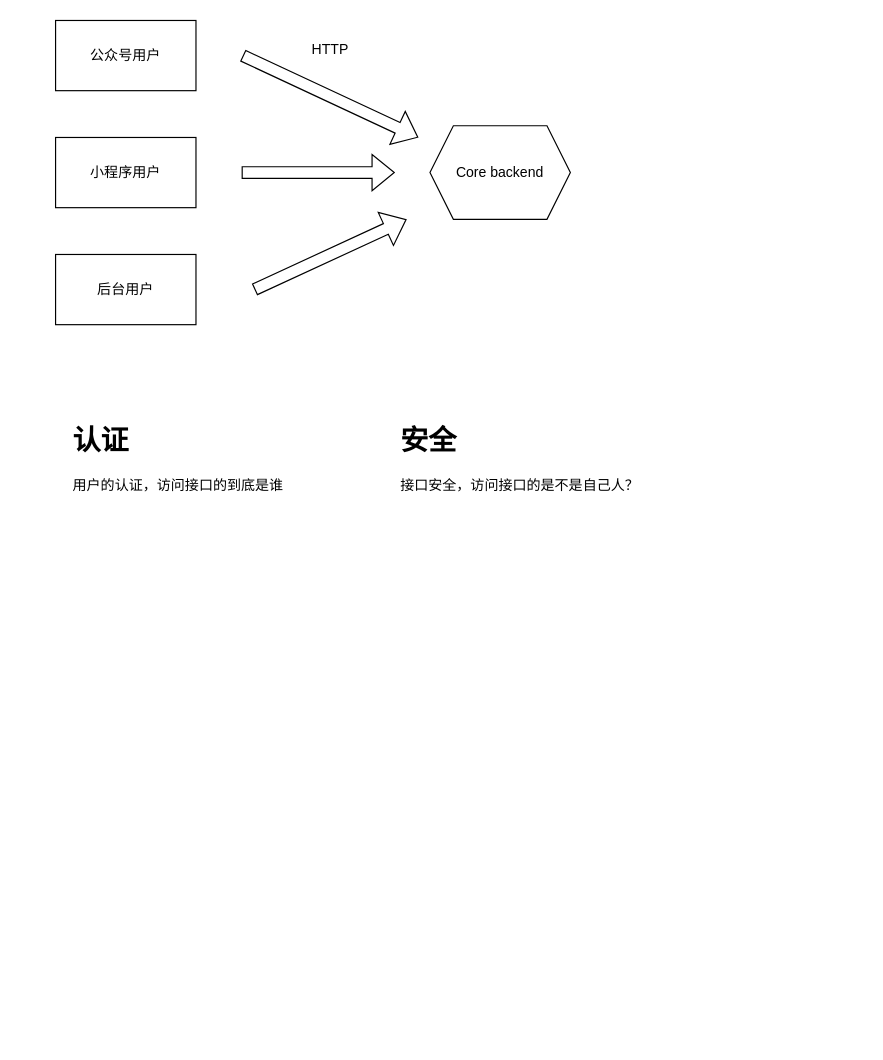
Earlier version of the draw.io diagram VF/用户统一认证和接口安全机制.drawio (yeahsyoung/diagram). Source tidied: cells renumbered, new cells numbered last; positions are measured from the earlier drawing's top-left corner, leaving out a move shared by most shapes. Both pictures are drawn from the tidied source at 117%, with x=0, y=0 at pixel (55, 20).
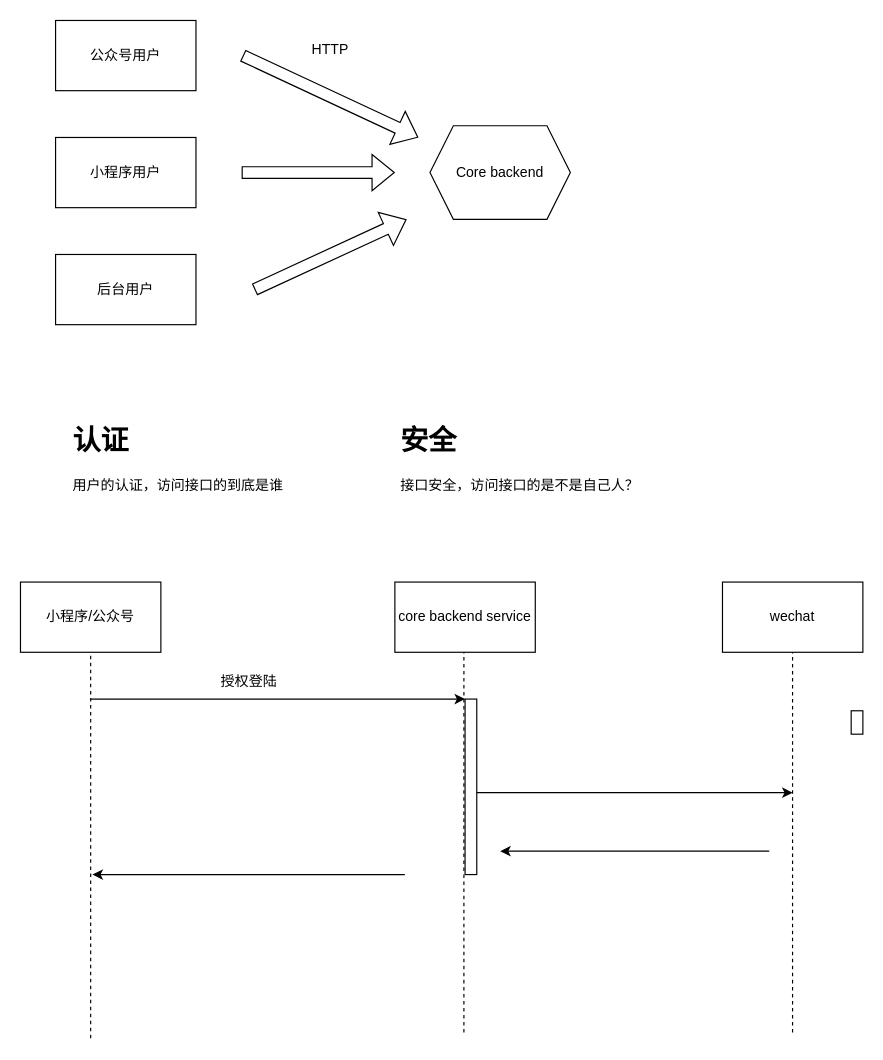
The same page after the edit.

Commit message:
更新用户统一认证和接口安全机制.drawio

Change to the diagram source:
```diff
@@
+    <mxCell id="12" value="小程序/公众号" style="rounded=0;whiteSpace=wrap;html=1;" parent="1" vertex="1">
+      <mxGeometry x="-30" y="480" width="120" height="60" as="geometry" />
+    </mxCell>
+    <mxCell id="13" value="core backend service" style="rounded=0;whiteSpace=wrap;html=1;" parent="1" vertex="1">
+      <mxGeometry x="290" y="480" width="120" height="60" as="geometry" />
+    </mxCell>
+    <mxCell id="14" style="endArrow=none;dashed=1;html=1;rounded=0;entryX=0.5;entryY=1;entryDx=0;entryDy=0;" parent="1" edge="1" target="12">
+      <mxGeometry relative="1" as="geometry">
+        <mxPoint x="30" y="870" as="sourcePoint" />
+      </mxGeometry>
+    </mxCell>
+    <mxCell id="15" style="endArrow=none;dashed=1;html=1;rounded=0;entryX=0.5;entryY=1;entryDx=0;entryDy=0;" parent="1" edge="1">
+      <mxGeometry relative="1" as="geometry">
+        <mxPoint x="349" y="865" as="sourcePoint" />
+        <mxPoint x="349" y="540" as="targetPoint" />
+      </mxGeometry>
+    </mxCell>
+    <mxCell id="16" style="endArrow=classic;html=1;rounded=0;" parent="1" edge="1">
+      <mxGeometry relative="1" as="geometry">
+        <mxPoint x="30" y="580" as="sourcePoint" />
+        <mxPoint x="350" y="580" as="targetPoint" />
+      </mxGeometry>
+    </mxCell>
+    <mxCell id="17" style="rounded=0;whiteSpace=wrap;html=1;" parent="1" vertex="1">
+      <mxGeometry x="350" y="580" width="10" height="150" as="geometry" />
+    </mxCell>
+    <mxCell id="18" value="wechat" style="rounded=0;whiteSpace=wrap;html=1;" parent="1" vertex="1">
+      <mxGeometry x="570" y="480" width="120" height="60" as="geometry" />
+    </mxCell>
+    <mxCell id="19" style="endArrow=none;dashed=1;html=1;rounded=0;entryX=0.5;entryY=1;entryDx=0;entryDy=0;" parent="1" edge="1">
+      <mxGeometry relative="1" as="geometry">
+        <mxPoint x="629.9" y="865" as="sourcePoint" />
+        <mxPoint x="629.9" y="540" as="targetPoint" />
+      </mxGeometry>
+    </mxCell>
+    <mxCell id="20" value="授权登陆" style="text;html=1;align=center;verticalAlign=middle;strokeColor=none;fillColor=none;" parent="1" vertex="1">
+      <mxGeometry x="130" y="550" width="70" height="30" as="geometry" />
+    </mxCell>
+    <mxCell id="21" style="endArrow=classic;html=1;rounded=0;" parent="1" edge="1">
+      <mxGeometry relative="1" as="geometry">
+        <mxPoint x="360" y="660" as="sourcePoint" />
+        <mxPoint x="630" y="660" as="targetPoint" />
+      </mxGeometry>
+    </mxCell>
+    <mxCell id="22" style="rounded=0;whiteSpace=wrap;html=1;" parent="1" vertex="1">
+      <mxGeometry x="680" y="590" width="10" height="20" as="geometry" />
+    </mxCell>
+    <mxCell id="23" style="endArrow=classic;html=1;rounded=0;" parent="1" edge="1">
+      <mxGeometry relative="1" as="geometry">
+        <mxPoint x="610" y="710" as="sourcePoint" />
+        <mxPoint x="380" y="710" as="targetPoint" />
+      </mxGeometry>
+    </mxCell>
+    <mxCell id="24" style="endArrow=classic;html=1;rounded=0;exitX=0;exitY=1;exitDx=0;exitDy=0;entryX=1;entryY=0.75;entryDx=0;entryDy=0;" parent="1" edge="1">
+      <mxGeometry relative="1" as="geometry">
+        <mxPoint x="298.5" y="730" as="sourcePoint" />
+        <mxPoint x="31.5" y="730" as="targetPoint" />
+      </mxGeometry>
+    </mxCell>
```
